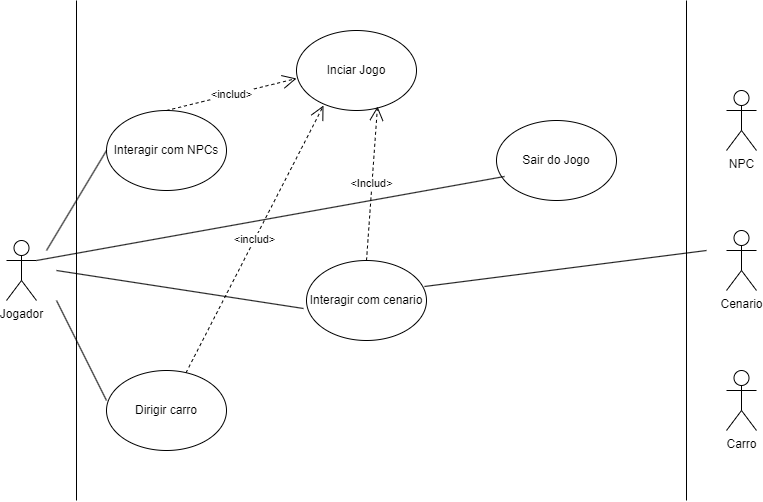
lucasnoelgb/2jdprojetomusica keeps this draw.io diagram as diagramas/Diagrama caso de uso Unity.drawio.png. Above is the earlier version. Source tidied: cells renumbered, new cells last; positions are measured from the earlier drawing's top-left corner, leaving out a move shared by most shapes.
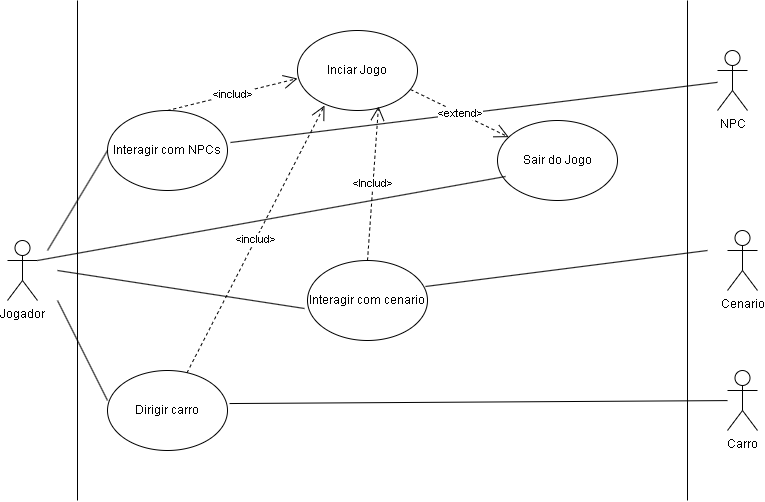
After the change.

Commit message:
consertando erros

Change to the diagram source:
```diff
@@ -39,7 +39,7 @@
       <mxGeometry x="720" y="370" width="30" height="60" as="geometry" />
     </mxCell>
     <mxCell id="12" value="NPC" style="shape=umlActor;verticalLabelPosition=bottom;verticalAlign=top;html=1;outlineConnect=0;" parent="1" vertex="1">
-      <mxGeometry x="720" y="90" width="30" height="60" as="geometry" />
+      <mxGeometry x="710" y="50" width="30" height="60" as="geometry" />
     </mxCell>
     <mxCell id="13" style="endArrow=none;html=1;rounded=0;entryX=0;entryY=0.5;entryDx=0;entryDy=0;" parent="1" edge="1" target="8">
       <mxGeometry relative="1" as="geometry">
@@ -73,5 +73,14 @@
     <mxCell id="20" style="endArrow=none;html=1;rounded=0;exitX=1;exitY=0.3333333333333333;exitDx=0;exitDy=0;exitPerimeter=0;entryX=0.067;entryY=0.7;entryDx=0;entryDy=0;entryPerimeter=0;" parent="1" edge="1" source="2" target="7">
       <mxGeometry relative="1" as="geometry" />
     </mxCell>
+    <mxCell id="21" style="endArrow=none;html=1;rounded=0;exitX=1.017;exitY=0.413;exitDx=0;exitDy=0;exitPerimeter=0;" parent="1" edge="1" source="9" target="11">
+      <mxGeometry relative="1" as="geometry" />
+    </mxCell>
+    <mxCell id="22" style="endArrow=none;html=1;rounded=0;exitX=1.025;exitY=0.4;exitDx=0;exitDy=0;exitPerimeter=0;" parent="1" edge="1" source="8" target="12">
+      <mxGeometry relative="1" as="geometry" />
+    </mxCell>
+    <mxCell id="23" value="&amp;lt;extend&amp;gt;" style="endArrow=open;endSize=12;dashed=1;html=1;rounded=0;exitX=0.942;exitY=0.738;exitDx=0;exitDy=0;exitPerimeter=0;" parent="1" edge="1" source="6" target="7">
+      <mxGeometry x="0.01" relative="1" as="geometry" />
+    </mxCell>
   </root>
 </mxGraphModel>
```
